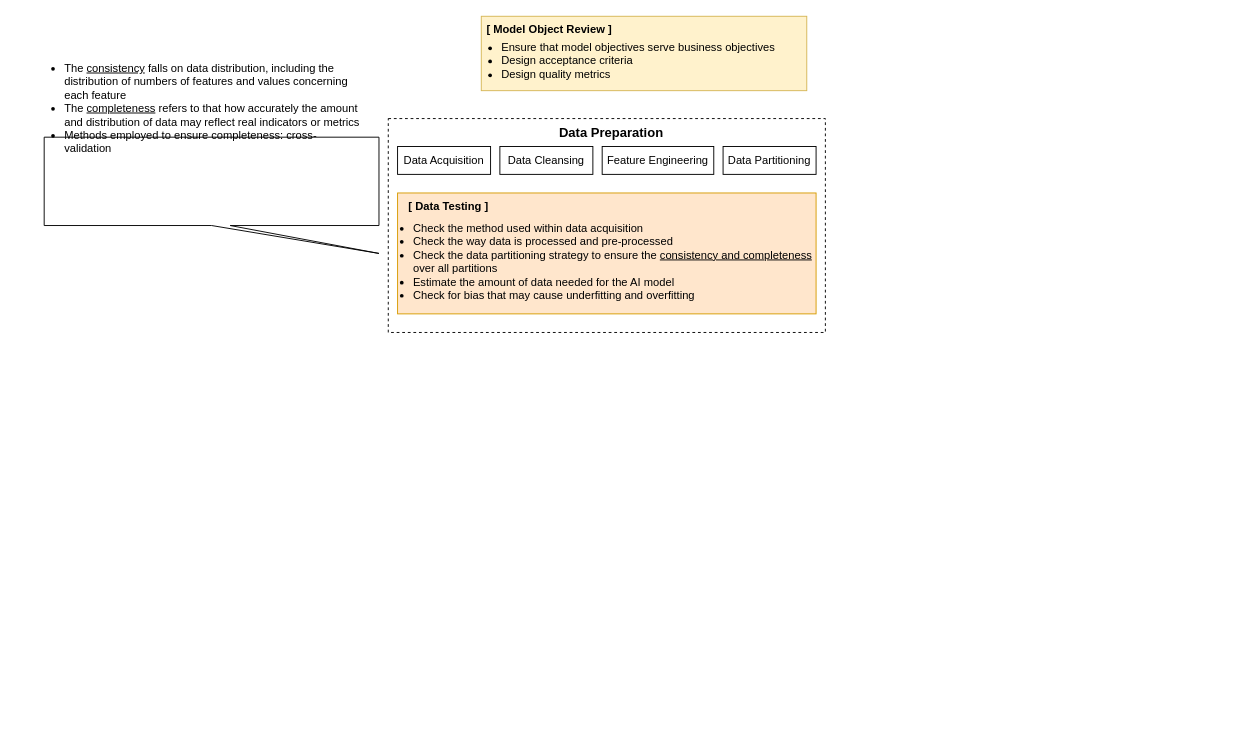
The draw.io diagram AI_system_lifecycle.drawio in herobrine1010/AISEng, before the edit. Source tidied: cells renumbered, new cells numbered last; positions are measured from the earlier drawing's top-left corner, leaving out a move shared by most shapes. Both pictures are drawn from the tidied source at 93%, with x=0, y=0 at pixel (25, 16).
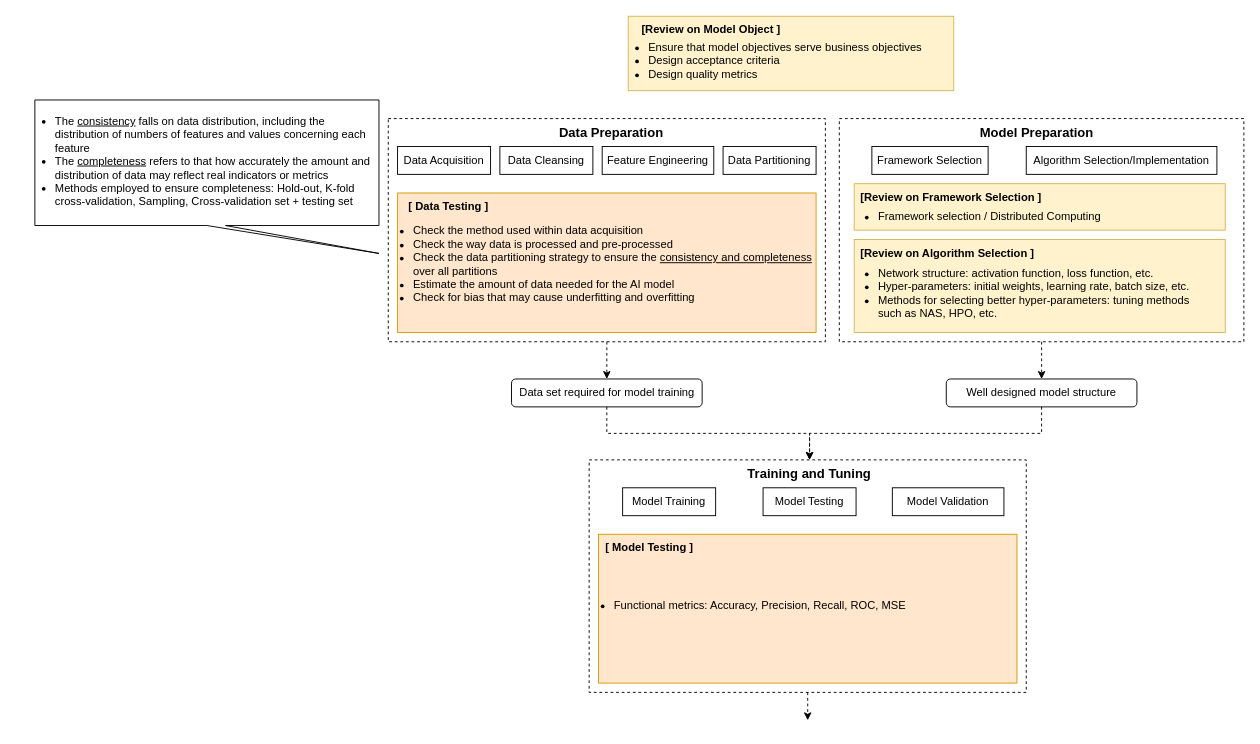
Above is the later version.

What changed in the source:
```diff
@@
     <mxCell id="2" style="rounded=0;whiteSpace=wrap;html=1;fillColor=#fff2cc;strokeColor=#d6b656;" parent="1" vertex="1">
-      <mxGeometry x="490" width="350" height="80" as="geometry" />
+      <mxGeometry x="648" width="350" height="80" as="geometry" />
     </mxCell>
-    <mxCell id="3" value="[ Model Object Review ]&amp;nbsp;" style="text;html=1;strokeColor=none;fillColor=none;align=center;verticalAlign=middle;whiteSpace=wrap;rounded=0;fontStyle=1;" parent="1" vertex="1">
-      <mxGeometry x="490" width="150" height="30" as="geometry" />
+    <mxCell id="3" value="[Review on Model Object ]&amp;nbsp;" style="text;html=1;strokeColor=none;fillColor=none;align=center;verticalAlign=middle;whiteSpace=wrap;rounded=0;fontStyle=1;" parent="1" vertex="1">
+      <mxGeometry x="634" width="210" height="30" as="geometry" />
     </mxCell>
     <mxCell id="4" value="&lt;ul&gt;&lt;li&gt;&lt;span style=&quot;background-color: initial;&quot;&gt;Ensure that model objectives serve business objectives&lt;/span&gt;&lt;br&gt;&lt;/li&gt;&lt;li style=&quot;text-align: left;&quot;&gt;Design acceptance criteria&lt;br&gt;&lt;/li&gt;&lt;li style=&quot;text-align: left;&quot;&gt;Design quality metrics&lt;/li&gt;&lt;/ul&gt;" style="text;html=1;strokeColor=none;fillColor=none;align=center;verticalAlign=middle;whiteSpace=wrap;rounded=0;" parent="1" vertex="1">
-      <mxGeometry x="436" y="33" width="406" height="30" as="geometry" />
+      <mxGeometry x="594" y="33" width="406" height="30" as="geometry" />
     </mxCell>
+    <mxCell id="16" style="edgeStyle=orthogonalEdgeStyle;rounded=0;jettySize=auto;html=1;exitX=0.5;exitY=1;exitDx=0;exitDy=0;entryX=0.5;entryY=0;entryDx=0;entryDy=0;dashed=1;" parent="1" edge="1" source="5" target="29">
+      <mxGeometry relative="1" as="geometry" />
+    </mxCell>
     <mxCell id="5" style="rounded=0;whiteSpace=wrap;html=1;fillColor=none;dashed=1;" parent="1" vertex="1">
-      <mxGeometry x="390" y="110" width="470" height="230" as="geometry" />
+      <mxGeometry x="390" y="110" width="470" height="240" as="geometry" />
     </mxCell>
@@
     <mxCell id="11" style="rounded=0;whiteSpace=wrap;html=1;fillColor=#ffe6cc;strokeColor=#d79b00;" parent="1" vertex="1">
-      <mxGeometry x="400" y="190" width="450" height="130" as="geometry" />
+      <mxGeometry x="400" y="190" width="450" height="150" as="geometry" />
     </mxCell>
-    <mxCell id="12" value="&lt;ul&gt;&lt;li&gt;Check the method used within data acquisition&lt;br&gt;&lt;/li&gt;&lt;li style=&quot;&quot;&gt;Check the way data is processed and pre-processed&lt;/li&gt;&lt;li style=&quot;&quot;&gt;Check the data partitioning strategy to ensure the &lt;u style=&quot;&quot;&gt;consistency and completeness&lt;/u&gt; over all partitions&lt;/li&gt;&lt;li style=&quot;&quot;&gt;Estimate the amount of data needed for the AI model&lt;/li&gt;&lt;li style=&quot;&quot;&gt;Check for bias that may cause underfitting and overfitting&lt;/li&gt;&lt;/ul&gt;" style="text;html=1;strokeColor=none;fillColor=none;align=left;verticalAlign=top;whiteSpace=wrap;rounded=0;" parent="1" vertex="1">
+    <mxCell id="12" value="&lt;ul&gt;&lt;li&gt;Check the method used within data acquisition&lt;br&gt;&lt;/li&gt;&lt;li style=&quot;&quot;&gt;Check the way data is processed and pre-processed&lt;/li&gt;&lt;li style=&quot;&quot;&gt;Check the data partitioning strategy to ensure the &lt;u style=&quot;&quot;&gt;consistency and completeness&lt;/u&gt; over all partitions&lt;/li&gt;&lt;li style=&quot;&quot;&gt;Estimate the amount of data needed for the AI model&lt;/li&gt;&lt;li style=&quot;&quot;&gt;Check for bias that may cause underfitting and overfitting&lt;/li&gt;&lt;/ul&gt;" style="text;html=1;strokeColor=none;fillColor=none;align=left;verticalAlign=middle;whiteSpace=wrap;rounded=0;" parent="1" vertex="1">
       <mxGeometry x="375" y="202" width="480" height="130" as="geometry" />
     </mxCell>
@@
     <mxCell id="14" style="shape=callout;whiteSpace=wrap;html=1;perimeter=calloutPerimeter;position2=1;" parent="1" vertex="1">
-      <mxGeometry x="20" y="130" width="360" height="125" as="geometry" />
+      <mxGeometry x="10" y="90" width="370" height="165" as="geometry" />
     </mxCell>
-    <mxCell id="15" value="&lt;ul&gt;&lt;li&gt;The &lt;u&gt;consistency&lt;/u&gt; falls on data distribution, including the distribution of numbers of features and values concerning each feature&lt;/li&gt;&lt;li&gt;The &lt;u&gt;completeness&lt;/u&gt; refers to that how accurately the amount and distribution of data may reflect real indicators or metrics&lt;/li&gt;&lt;li&gt;Methods employed to ensure completeness:&amp;nbsp;cross-validation&lt;/li&gt;&lt;/ul&gt;" style="text;html=1;strokeColor=none;fillColor=none;align=left;verticalAlign=top;whiteSpace=wrap;rounded=0;" parent="1" vertex="1">
-      <mxGeometry y="30" width="360" height="220" as="geometry" />
+    <mxCell id="15" value="&lt;ul&gt;&lt;li&gt;The &lt;u&gt;consistency&lt;/u&gt; falls on data distribution, including the distribution of numbers of features and values concerning each feature&lt;/li&gt;&lt;li&gt;The &lt;u&gt;completeness&lt;/u&gt; refers to that how accurately the amount and distribution of data may reflect real indicators or metrics&lt;/li&gt;&lt;li&gt;Methods employed to ensure completeness: Hold-out, K-fold cross-validation, Sampling, Cross-validation set + testing set&lt;/li&gt;&lt;/ul&gt;" style="text;html=1;strokeColor=none;fillColor=none;align=left;verticalAlign=top;whiteSpace=wrap;rounded=0;" parent="1" vertex="1">
+      <mxGeometry x="-10" y="87" width="385" height="133" as="geometry" />
     </mxCell>
+    <mxCell id="17" style="edgeStyle=orthogonalEdgeStyle;rounded=0;jettySize=auto;html=1;exitX=0.5;exitY=1;exitDx=0;exitDy=0;entryX=0.5;entryY=0;entryDx=0;entryDy=0;dashed=1;" parent="1" edge="1" source="18" target="31">
+      <mxGeometry relative="1" as="geometry" />
+    </mxCell>
+    <mxCell id="18" style="rounded=0;whiteSpace=wrap;html=1;fillColor=none;dashed=1;" parent="1" vertex="1">
+      <mxGeometry x="875" y="110" width="435" height="240" as="geometry" />
+    </mxCell>
+    <mxCell id="19" value="Model Preparation" style="text;html=1;strokeColor=none;fillColor=none;align=center;verticalAlign=middle;whiteSpace=wrap;rounded=0;fontStyle=1;fontSize=14;" parent="1" vertex="1">
+      <mxGeometry x="1020" y="110" width="135" height="30" as="geometry" />
+    </mxCell>
+    <mxCell id="20" value="Framework Selection" style="rounded=0;whiteSpace=wrap;html=1;" parent="1" vertex="1">
+      <mxGeometry x="910" y="140" width="125" height="30" as="geometry" />
+    </mxCell>
+    <mxCell id="21" value="Algorithm Selection/Implementation" style="rounded=0;whiteSpace=wrap;html=1;" parent="1" vertex="1">
+      <mxGeometry x="1076" y="140" width="205" height="30" as="geometry" />
+    </mxCell>
+    <mxCell id="22" style="rounded=0;whiteSpace=wrap;html=1;fillColor=#fff2cc;strokeColor=#d6b656;" parent="1" vertex="1">
+      <mxGeometry x="891" y="180" width="399" height="50" as="geometry" />
+    </mxCell>
+    <mxCell id="23" value="[Review on Framework Selection ]&amp;nbsp;" style="text;html=1;strokeColor=none;fillColor=none;align=left;verticalAlign=middle;whiteSpace=wrap;rounded=0;fontStyle=1;" parent="1" vertex="1">
+      <mxGeometry x="896" y="180" width="210" height="30" as="geometry" />
+    </mxCell>
+    <mxCell id="24" value="&lt;ul&gt;&lt;li&gt;Framework selection / Distributed Computing&lt;/li&gt;&lt;/ul&gt;" style="text;html=1;strokeColor=none;fillColor=none;align=left;verticalAlign=middle;whiteSpace=wrap;rounded=0;" parent="1" vertex="1">
+      <mxGeometry x="875" y="201" width="406" height="30" as="geometry" />
+    </mxCell>
+    <mxCell id="25" style="rounded=0;whiteSpace=wrap;html=1;fillColor=#fff2cc;strokeColor=#d6b656;" parent="1" vertex="1">
+      <mxGeometry x="891" y="240" width="399" height="100" as="geometry" />
+    </mxCell>
+    <mxCell id="26" value="[Review on Algorithm Selection ]&amp;nbsp;" style="text;html=1;strokeColor=none;fillColor=none;align=left;verticalAlign=middle;whiteSpace=wrap;rounded=0;fontStyle=1;" parent="1" vertex="1">
+      <mxGeometry x="896" y="240" width="210" height="30" as="geometry" />
+    </mxCell>
+    <mxCell id="27" value="&lt;ul&gt;&lt;li&gt;Network structure: activation function, loss function, etc.&lt;/li&gt;&lt;li&gt;Hyper-parameters: initial weights, learning rate, batch size, etc.&lt;/li&gt;&lt;li&gt;Methods for selecting better hyper-parameters: tuning methods such as NAS, HPO, etc.&lt;/li&gt;&lt;/ul&gt;" style="text;html=1;strokeColor=none;fillColor=none;align=left;verticalAlign=middle;whiteSpace=wrap;rounded=0;" parent="1" vertex="1">
+      <mxGeometry x="875" y="255" width="405" height="85" as="geometry" />
+    </mxCell>
+    <mxCell id="28" style="edgeStyle=orthogonalEdgeStyle;rounded=0;jettySize=auto;html=1;exitX=0.5;exitY=1;exitDx=0;exitDy=0;entryX=0.5;entryY=0;entryDx=0;entryDy=0;dashed=1;" parent="1" edge="1" source="29" target="34">
+      <mxGeometry relative="1" as="geometry" />
+    </mxCell>
+    <mxCell id="29" value="Data set required for model training" style="rounded=1;whiteSpace=wrap;html=1;fillColor=none;" parent="1" vertex="1">
+      <mxGeometry x="522.5" y="390" width="205" height="30" as="geometry" />
+    </mxCell>
+    <mxCell id="30" style="edgeStyle=orthogonalEdgeStyle;rounded=0;jettySize=auto;html=1;exitX=0.5;exitY=1;exitDx=0;exitDy=0;entryX=0.5;entryY=0;entryDx=0;entryDy=0;dashed=1;" parent="1" edge="1" source="31" target="34">
+      <mxGeometry relative="1" as="geometry" />
+    </mxCell>
+    <mxCell id="31" value="Well designed model structure" style="rounded=1;whiteSpace=wrap;html=1;fillColor=none;" parent="1" vertex="1">
+      <mxGeometry x="990" y="390" width="205" height="30" as="geometry" />
+    </mxCell>
+    <mxCell id="32" style="edgeStyle=orthogonalEdgeStyle;rounded=0;jettySize=auto;html=1;exitX=0.5;exitY=1;exitDx=0;exitDy=0;entryX=0.5;entryY=0;entryDx=0;entryDy=0;dashed=1;" parent="1" edge="1" source="33">
+      <mxGeometry relative="1" as="geometry">
+        <mxPoint x="841" y="757" as="targetPoint" />
+      </mxGeometry>
+    </mxCell>
+    <mxCell id="33" style="rounded=0;whiteSpace=wrap;html=1;fillColor=none;dashed=1;" parent="1" vertex="1">
+      <mxGeometry x="606" y="477" width="470" height="250" as="geometry" />
+    </mxCell>
+    <mxCell id="34" value="Training and Tuning" style="text;html=1;strokeColor=none;fillColor=none;align=center;verticalAlign=middle;whiteSpace=wrap;rounded=0;fontStyle=1;fontSize=14;" parent="1" vertex="1">
+      <mxGeometry x="766" y="477" width="154" height="30" as="geometry" />
+    </mxCell>
+    <mxCell id="35" value="Model Training" style="rounded=0;whiteSpace=wrap;html=1;" parent="1" vertex="1">
+      <mxGeometry x="642" y="507" width="100" height="30" as="geometry" />
+    </mxCell>
+    <mxCell id="36" value="Model Testing" style="rounded=0;whiteSpace=wrap;html=1;" parent="1" vertex="1">
+      <mxGeometry x="793" y="507" width="100" height="30" as="geometry" />
+    </mxCell>
+    <mxCell id="37" value="Model Validation" style="rounded=0;whiteSpace=wrap;html=1;" parent="1" vertex="1">
+      <mxGeometry x="932" y="507" width="120" height="30" as="geometry" />
+    </mxCell>
+    <mxCell id="38" style="rounded=0;whiteSpace=wrap;html=1;fillColor=#ffe6cc;strokeColor=#d79b00;" parent="1" vertex="1">
+      <mxGeometry x="616" y="557" width="450" height="160" as="geometry" />
+    </mxCell>
+    <mxCell id="39" value="&lt;ul&gt;&lt;li&gt;Functional metrics: Accuracy, Precision, Recall, ROC, MSE&lt;/li&gt;&lt;/ul&gt;" style="text;html=1;strokeColor=none;fillColor=none;align=left;verticalAlign=middle;whiteSpace=wrap;rounded=0;" parent="1" vertex="1">
+      <mxGeometry x="591" y="569" width="480" height="130" as="geometry" />
+    </mxCell>
+    <mxCell id="40" value="[ Model Testing ]" style="text;html=1;strokeColor=none;fillColor=none;align=center;verticalAlign=middle;whiteSpace=wrap;rounded=0;fontStyle=1;" parent="1" vertex="1">
+      <mxGeometry x="596" y="557" width="150" height="30" as="geometry" />
+    </mxCell>
```
